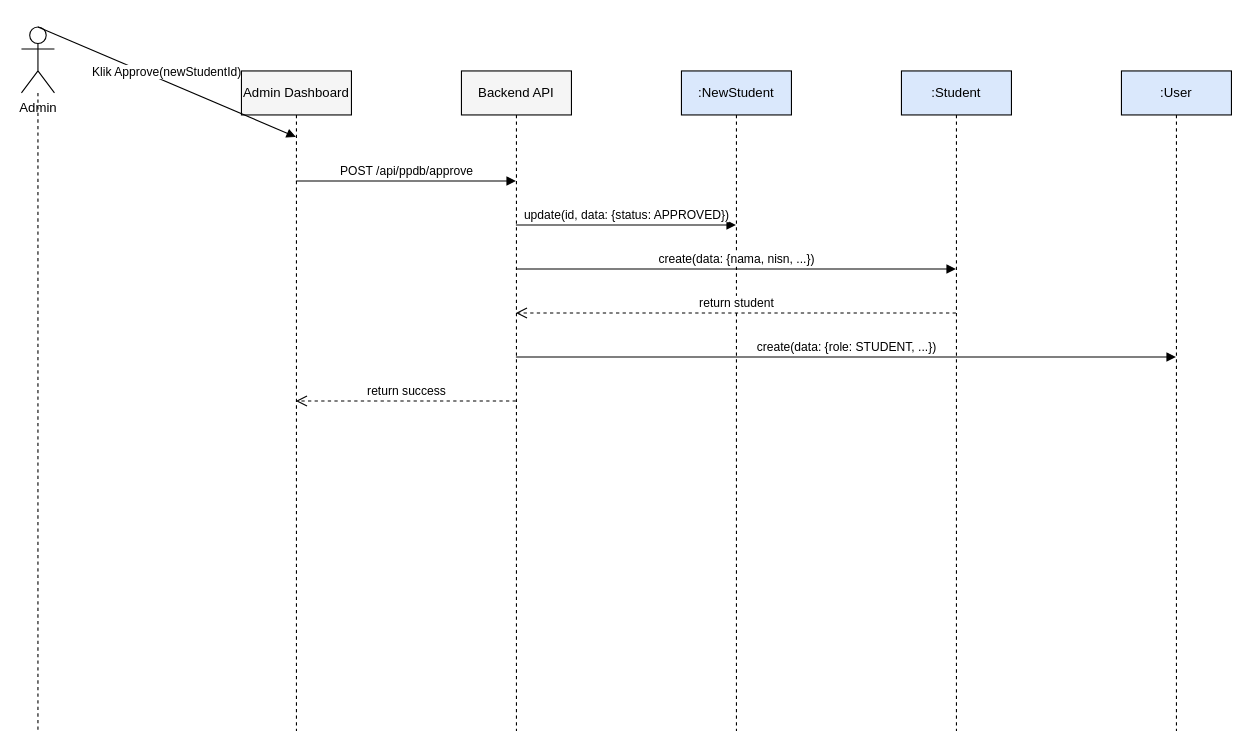
Earlier version of the draw.io diagram docs/sequence_admin_approval.drawio (muhammaddzaki123/adminkassmpit). Source tidied: cells renumbered, new cells numbered last; positions are measured from the earlier drawing's top-left corner, leaving out a move shared by most shapes. Both pictures are drawn from the tidied source at 110%, with x=0, y=0 at pixel (21, 26).
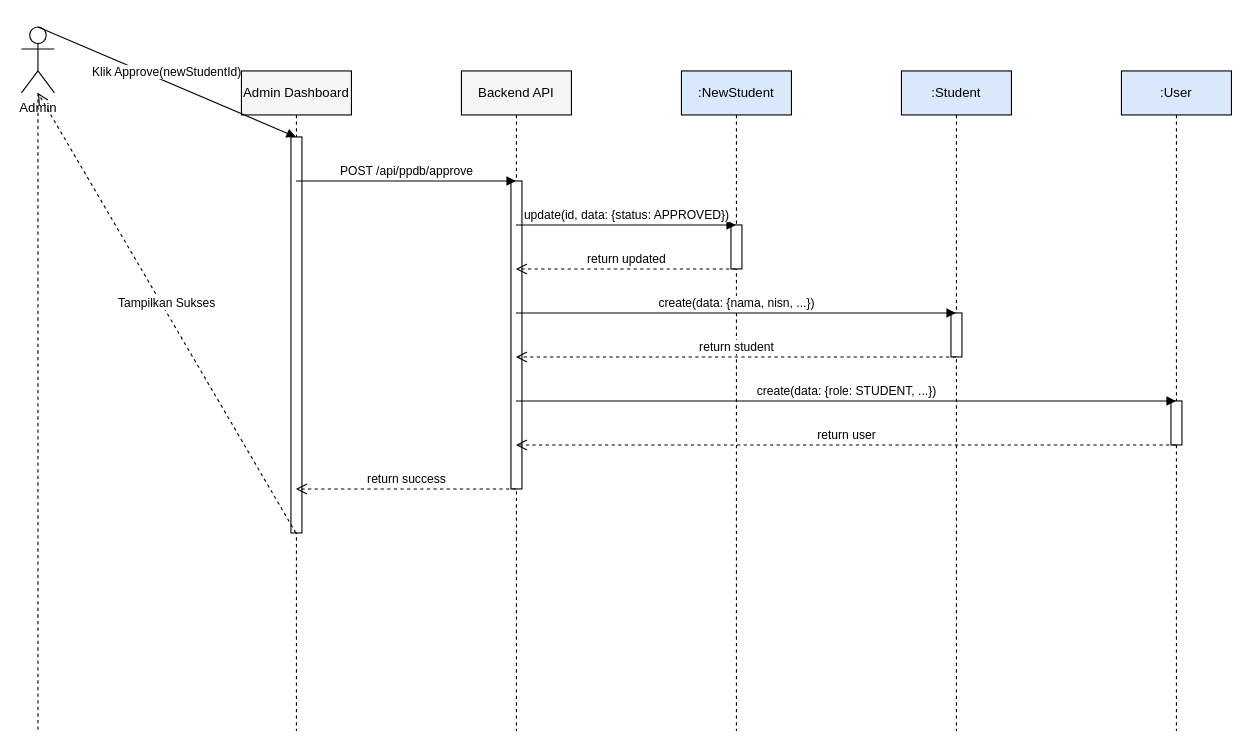
Above is the later version.

Unchanged cells that the change refers to:
```xml
<mxCell id="2" value="Admin" style="shape=umlActor;verticalLabelPosition=bottom;verticalAlign=top;html=1;outlineConnect=0;" parent="1" vertex="1">
  <mxGeometry width="30" height="60" as="geometry" />
</mxCell>
<mxCell id="4" value="Admin Dashboard" style="shape=umlLifeline;perimeter=lifelinePerimeter;whiteSpace=wrap;html=1;outlineConnect=0;fillColor=#f5f5f5;" parent="1" vertex="1">
  <mxGeometry x="200" y="40" width="100" height="600" as="geometry" />
</mxCell>
<mxCell id="5" value="Backend API" style="shape=umlLifeline;perimeter=lifelinePerimeter;whiteSpace=wrap;html=1;outlineConnect=0;fillColor=#f5f5f5;" parent="1" vertex="1">
  <mxGeometry x="400" y="40" width="100" height="600" as="geometry" />
</mxCell>
<mxCell id="6" value=":NewStudent" style="shape=umlLifeline;perimeter=lifelinePerimeter;whiteSpace=wrap;html=1;outlineConnect=0;fillColor=#dae8fc;" parent="1" vertex="1">
  <mxGeometry x="600" y="40" width="100" height="600" as="geometry" />
</mxCell>
<mxCell id="7" value=":Student" style="shape=umlLifeline;perimeter=lifelinePerimeter;whiteSpace=wrap;html=1;outlineConnect=0;fillColor=#dae8fc;" parent="1" vertex="1">
  <mxGeometry x="800" y="40" width="100" height="600" as="geometry" />
</mxCell>
<mxCell id="8" value=":User" style="shape=umlLifeline;perimeter=lifelinePerimeter;whiteSpace=wrap;html=1;outlineConnect=0;fillColor=#dae8fc;" parent="1" vertex="1">
  <mxGeometry x="1000" y="40" width="100" height="600" as="geometry" />
</mxCell>
```

The edit, as a diff of the source:
```diff
@@
-    <mxCell id="9" value="Klik Approve(newStudentId)" style="html=1;verticalAlign=bottom;endArrow=block;rounded=0;entryX=0.5;entryY=0.1;exitX=0.5;exitY=0.1;" parent="1" edge="1" source="2" target="4">
-      <mxGeometry relative="1" as="geometry" />
+    <mxCell id="9" style="html=1;perimeter=orthogonalPerimeter;fillColor=#FFFFFF;strokeColor=#000000;" parent="1" vertex="1">
+      <mxGeometry x="645" y="180" width="10" height="40" as="geometry" />
     </mxCell>
-    <mxCell id="10" value="POST /api/ppdb/approve" style="html=1;verticalAlign=bottom;endArrow=block;rounded=0;entryX=0.5;entryY=0.16666666666666666;exitX=0.5;exitY=0.16666666666666666;" parent="1" edge="1" source="4" target="5">
-      <mxGeometry relative="1" as="geometry" />
+    <mxCell id="10" style="html=1;perimeter=orthogonalPerimeter;fillColor=#FFFFFF;strokeColor=#000000;" parent="1" vertex="1">
+      <mxGeometry x="845" y="260" width="10" height="40" as="geometry" />
     </mxCell>
-    <mxCell id="11" value="update(id, data: {status: APPROVED})" style="html=1;verticalAlign=bottom;endArrow=block;rounded=0;entryX=0.5;entryY=0.23333333333333334;exitX=0.5;exitY=0.23333333333333334;" parent="1" edge="1" source="5" target="6">
-      <mxGeometry relative="1" as="geometry" />
+    <mxCell id="11" style="html=1;perimeter=orthogonalPerimeter;fillColor=#FFFFFF;strokeColor=#000000;" parent="1" vertex="1">
+      <mxGeometry x="1045" y="340" width="10" height="40" as="geometry" />
     </mxCell>
-    <mxCell id="12" value="create(data: {nama, nisn, ...})" style="html=1;verticalAlign=bottom;endArrow=block;rounded=0;entryX=0.5;entryY=0.3;exitX=0.5;exitY=0.3;" parent="1" edge="1" source="5" target="7">
-      <mxGeometry relative="1" as="geometry" />
+    <mxCell id="12" style="html=1;perimeter=orthogonalPerimeter;fillColor=#FFFFFF;strokeColor=#000000;" parent="1" vertex="1">
+      <mxGeometry x="445" y="140" width="10" height="280" as="geometry" />
     </mxCell>
-    <mxCell id="13" value="return student" style="html=1;verticalAlign=bottom;endArrow=open;dashed=1;endSize=8;rounded=0;entryX=0.5;entryY=0.36666666666666664;exitX=0.5;exitY=0.36666666666666664;" parent="1" edge="1" source="7" target="5">
-      <mxGeometry relative="1" as="geometry" />
+    <mxCell id="13" style="html=1;perimeter=orthogonalPerimeter;fillColor=#FFFFFF;strokeColor=#000000;" parent="1" vertex="1">
+      <mxGeometry x="245" y="100" width="10" height="360" as="geometry" />
     </mxCell>
-    <mxCell id="14" value="create(data: {role: STUDENT, ...})" style="html=1;verticalAlign=bottom;endArrow=block;rounded=0;entryX=0.5;entryY=0.43333333333333335;exitX=0.5;exitY=0.43333333333333335;" parent="1" edge="1" source="5" target="8">
+    <mxCell id="14" value="Klik Approve(newStudentId)" style="html=1;verticalAlign=bottom;endArrow=block;rounded=0;entryX=0.5;entryY=0.1;exitX=0.5;exitY=0.1;" parent="1" edge="1" source="2" target="4">
       <mxGeometry relative="1" as="geometry" />
     </mxCell>
-    <mxCell id="15" value="return success" style="html=1;verticalAlign=bottom;endArrow=open;dashed=1;endSize=8;rounded=0;entryX=0.5;entryY=0.5;exitX=0.5;exitY=0.5;" parent="1" edge="1" source="5" target="4">
+    <mxCell id="15" value="POST /api/ppdb/approve" style="html=1;verticalAlign=bottom;endArrow=block;rounded=0;entryX=0.5;entryY=0.16666666666666666;exitX=0.5;exitY=0.16666666666666666;" parent="1" edge="1" source="4" target="5">
       <mxGeometry relative="1" as="geometry" />
     </mxCell>
+    <mxCell id="16" value="update(id, data: {status: APPROVED})" style="html=1;verticalAlign=bottom;endArrow=block;rounded=0;entryX=0.5;entryY=0.23333333333333334;exitX=0.5;exitY=0.23333333333333334;" parent="1" edge="1" source="5" target="6">
+      <mxGeometry relative="1" as="geometry" />
+    </mxCell>
+    <mxCell id="17" value="return updated" style="html=1;verticalAlign=bottom;endArrow=open;dashed=1;endSize=8;rounded=0;entryX=0.5;entryY=0.3;exitX=0.5;exitY=0.3;" parent="1" edge="1" source="6" target="5">
+      <mxGeometry relative="1" as="geometry" />
+    </mxCell>
+    <mxCell id="18" value="create(data: {nama, nisn, ...})" style="html=1;verticalAlign=bottom;endArrow=block;rounded=0;entryX=0.5;entryY=0.36666666666666664;exitX=0.5;exitY=0.36666666666666664;" parent="1" edge="1" source="5" target="7">
+      <mxGeometry relative="1" as="geometry" />
+    </mxCell>
+    <mxCell id="19" value="return student" style="html=1;verticalAlign=bottom;endArrow=open;dashed=1;endSize=8;rounded=0;entryX=0.5;entryY=0.43333333333333335;exitX=0.5;exitY=0.43333333333333335;" parent="1" edge="1" source="7" target="5">
+      <mxGeometry relative="1" as="geometry" />
+    </mxCell>
+    <mxCell id="20" value="create(data: {role: STUDENT, ...})" style="html=1;verticalAlign=bottom;endArrow=block;rounded=0;entryX=0.5;entryY=0.5;exitX=0.5;exitY=0.5;" parent="1" edge="1" source="5" target="8">
+      <mxGeometry relative="1" as="geometry" />
+    </mxCell>
+    <mxCell id="21" value="return user" style="html=1;verticalAlign=bottom;endArrow=open;dashed=1;endSize=8;rounded=0;entryX=0.5;entryY=0.5666666666666667;exitX=0.5;exitY=0.5666666666666667;" parent="1" edge="1" source="8" target="5">
+      <mxGeometry relative="1" as="geometry" />
+    </mxCell>
+    <mxCell id="22" value="return success" style="html=1;verticalAlign=bottom;endArrow=open;dashed=1;endSize=8;rounded=0;entryX=0.5;entryY=0.6333333333333333;exitX=0.5;exitY=0.6333333333333333;" parent="1" edge="1" source="5" target="4">
+      <mxGeometry relative="1" as="geometry" />
+    </mxCell>
+    <mxCell id="23" value="Tampilkan Sukses" style="html=1;verticalAlign=bottom;endArrow=open;dashed=1;endSize=8;rounded=0;entryX=0.5;entryY=0.7;exitX=0.5;exitY=0.7;" parent="1" edge="1" source="4" target="2">
+      <mxGeometry relative="1" as="geometry" />
+    </mxCell>
```
